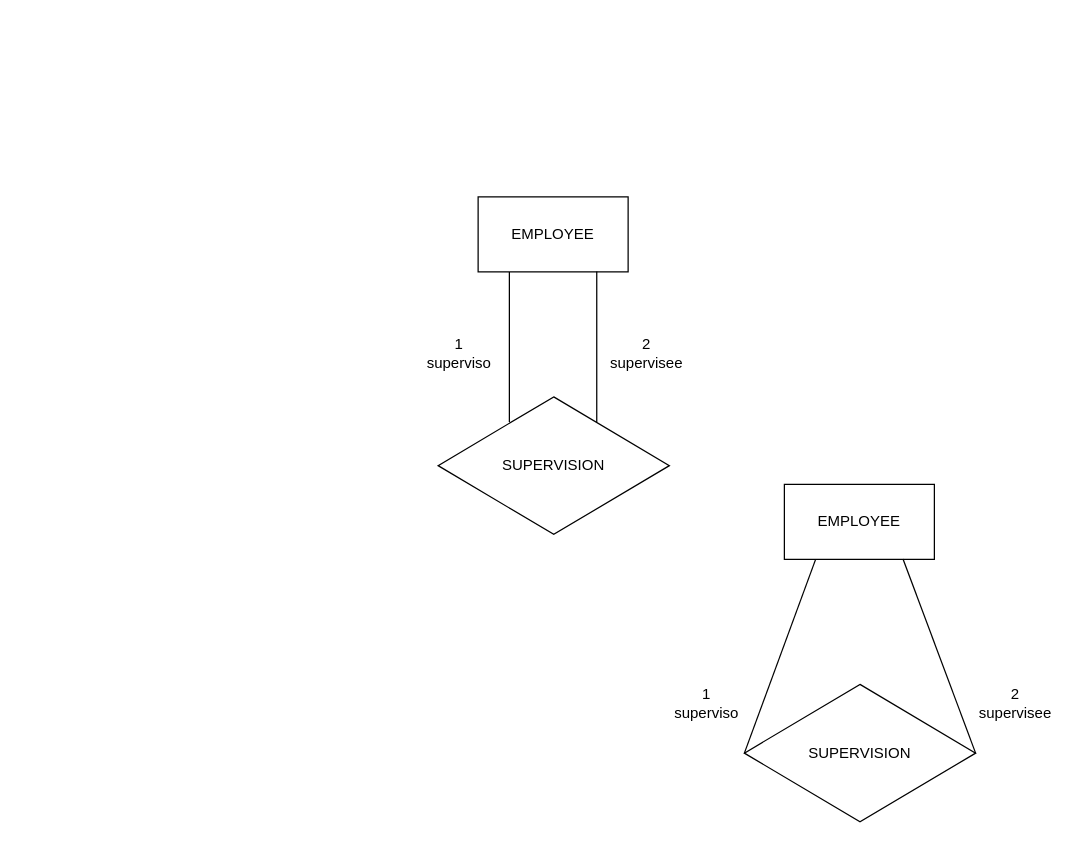
This is draw/제목 없는 다이어그램.drawio from BaxDailyGit/DB, a draw.io file, before an edit. Source tidied: cells renumbered, new cells numbered last; positions are measured from the earlier drawing's top-left corner, leaving out a move shared by most shapes. Both pictures are drawn from the tidied source at 125%, with x=0, y=0 at pixel (421, 196).
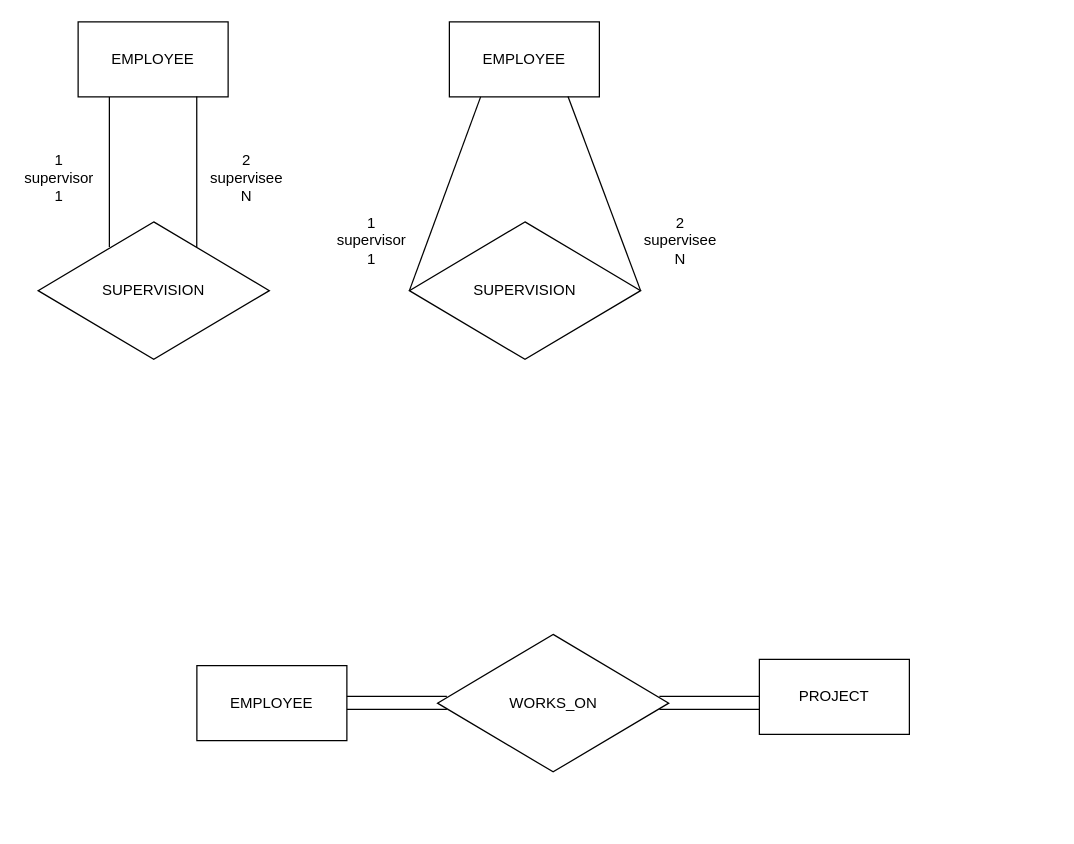
Above is the later version.

Commit message:
제목 없는 다이어그램.drawio 업데이트

Diff of the diagram source:
```diff
@@
+    <mxCell id="14" style="group;" parent="1" vertex="1">
+      <mxGeometry x="-320" y="-140" width="210" height="270" as="geometry" />
+    </mxCell>
-    <mxCell id="2" value="EMPLOYEE" style="rounded=0;whiteSpace=wrap;html=1;" parent="1" vertex="1">
+    <mxCell id="2" value="EMPLOYEE" style="rounded=0;whiteSpace=wrap;html=1;" parent="14" vertex="1">
       <mxGeometry x="45" width="120" height="60" as="geometry" />
     </mxCell>
-    <mxCell id="3" value="SUPERVISION" style="rhombus;whiteSpace=wrap;html=1;" parent="1" vertex="1">
+    <mxCell id="3" value="SUPERVISION" style="rhombus;whiteSpace=wrap;html=1;" parent="14" vertex="1">
       <mxGeometry x="13" y="160" width="185" height="110" as="geometry" />
     </mxCell>
-    <mxCell id="4" style="endArrow=none;html=1;rounded=0;exitX=0.686;exitY=0.182;exitDx=0;exitDy=0;entryX=0.791;entryY=0.994;entryDx=0;entryDy=0;entryPerimeter=0;exitPerimeter=0;" parent="1" edge="1" source="3" target="2">
+    <mxCell id="4" style="endArrow=none;html=1;rounded=0;exitX=0.686;exitY=0.182;exitDx=0;exitDy=0;entryX=0.791;entryY=0.994;entryDx=0;entryDy=0;entryPerimeter=0;exitPerimeter=0;" parent="14" edge="1" source="3" target="2">
       <mxGeometry relative="1" as="geometry" />
     </mxCell>
-    <mxCell id="5" style="endArrow=none;html=1;rounded=0;exitX=1;exitY=0;exitDx=0;exitDy=0;" parent="1" edge="1">
+    <mxCell id="5" style="endArrow=none;html=1;rounded=0;exitX=1;exitY=0;exitDx=0;exitDy=0;" parent="14" edge="1">
       <mxGeometry relative="1" as="geometry">
         <mxPoint x="70" y="180" as="sourcePoint" />
         <mxPoint x="70" y="60" as="targetPoint" />
       </mxGeometry>
     </mxCell>
-    <mxCell id="6" value="2&lt;br&gt;supervisee" style="text;html=1;strokeColor=none;fillColor=none;align=center;verticalAlign=middle;whiteSpace=wrap;rounded=0;" parent="1" vertex="1">
+    <mxCell id="6" value="2&lt;br&gt;supervisee&lt;br&gt;N" style="text;html=1;strokeColor=none;fillColor=none;align=center;verticalAlign=middle;whiteSpace=wrap;rounded=0;" parent="14" vertex="1">
       <mxGeometry x="150" y="110" width="60" height="30" as="geometry" />
     </mxCell>
-    <mxCell id="7" value="1&lt;br&gt;superviso" style="text;html=1;strokeColor=none;fillColor=none;align=center;verticalAlign=middle;whiteSpace=wrap;rounded=0;" parent="1" vertex="1">
+    <mxCell id="7" value="1&lt;br&gt;supervisor&lt;br&gt;1" style="text;html=1;strokeColor=none;fillColor=none;align=center;verticalAlign=middle;whiteSpace=wrap;rounded=0;" parent="14" vertex="1">
       <mxGeometry y="110" width="60" height="30" as="geometry" />
     </mxCell>
+    <mxCell id="15" value="WORKS_ON" style="rhombus;whiteSpace=wrap;html=1;" parent="1" vertex="1">
+      <mxGeometry x="12.5" y="350" width="185" height="110" as="geometry" />
+    </mxCell>
+    <mxCell id="16" style="group;" parent="1" vertex="1">
+      <mxGeometry x="-70" y="-140" width="307" height="270" as="geometry" />
+    </mxCell>
-    <mxCell id="8" value="EMPLOYEE" style="rounded=0;whiteSpace=wrap;html=1;" parent="1" vertex="1">
-      <mxGeometry x="290" y="230" width="120" height="60" as="geometry" />
+    <mxCell id="8" value="EMPLOYEE" style="rounded=0;whiteSpace=wrap;html=1;" parent="16" vertex="1">
+      <mxGeometry x="92" width="120" height="60" as="geometry" />
     </mxCell>
-    <mxCell id="9" value="SUPERVISION" style="rhombus;whiteSpace=wrap;html=1;" parent="1" vertex="1">
-      <mxGeometry x="258" y="390" width="185" height="110" as="geometry" />
+    <mxCell id="9" value="SUPERVISION" style="rhombus;whiteSpace=wrap;html=1;" parent="16" vertex="1">
+      <mxGeometry x="60" y="160" width="185" height="110" as="geometry" />
     </mxCell>
-    <mxCell id="10" style="endArrow=none;html=1;rounded=0;exitX=1;exitY=0.5;exitDx=0;exitDy=0;entryX=0.791;entryY=0.994;entryDx=0;entryDy=0;entryPerimeter=0;" parent="1" edge="1" source="9" target="8">
+    <mxCell id="10" style="endArrow=none;html=1;rounded=0;exitX=1;exitY=0.5;exitDx=0;exitDy=0;entryX=0.791;entryY=0.994;entryDx=0;entryDy=0;entryPerimeter=0;" parent="16" edge="1" source="9" target="8">
       <mxGeometry relative="1" as="geometry" />
     </mxCell>
-    <mxCell id="11" style="endArrow=none;html=1;rounded=0;exitX=0;exitY=0.5;exitDx=0;exitDy=0;" parent="1" edge="1" source="9">
+    <mxCell id="11" style="endArrow=none;html=1;rounded=0;exitX=0;exitY=0.5;exitDx=0;exitDy=0;" parent="16" edge="1" source="9">
       <mxGeometry relative="1" as="geometry">
-        <mxPoint x="315" y="290" as="targetPoint" />
+        <mxPoint x="117" y="60" as="targetPoint" />
       </mxGeometry>
     </mxCell>
-    <mxCell id="12" value="2&lt;br&gt;supervisee" style="text;html=1;strokeColor=none;fillColor=none;align=center;verticalAlign=middle;whiteSpace=wrap;rounded=0;" parent="1" vertex="1">
-      <mxGeometry x="445" y="390" width="60" height="30" as="geometry" />
+    <mxCell id="12" value="2&lt;br&gt;supervisee&lt;br&gt;N" style="text;html=1;strokeColor=none;fillColor=none;align=center;verticalAlign=middle;whiteSpace=wrap;rounded=0;" parent="16" vertex="1">
+      <mxGeometry x="247" y="160" width="60" height="30" as="geometry" />
     </mxCell>
-    <mxCell id="13" value="1&lt;br&gt;superviso" style="text;html=1;strokeColor=none;fillColor=none;align=center;verticalAlign=middle;whiteSpace=wrap;rounded=0;" parent="1" vertex="1">
-      <mxGeometry x="198" y="390" width="60" height="30" as="geometry" />
+    <mxCell id="13" value="1&lt;br&gt;supervisor&lt;br&gt;1" style="text;html=1;strokeColor=none;fillColor=none;align=center;verticalAlign=middle;whiteSpace=wrap;rounded=0;" parent="16" vertex="1">
+      <mxGeometry y="160" width="60" height="30" as="geometry" />
     </mxCell>
+    <mxCell id="17" value="EMPLOYEE" style="rounded=0;whiteSpace=wrap;html=1;" parent="1" vertex="1">
+      <mxGeometry x="-180" y="375" width="120" height="60" as="geometry" />
+    </mxCell>
+    <mxCell id="18" value="PROJECT" style="rounded=0;whiteSpace=wrap;html=1;" parent="1" vertex="1">
+      <mxGeometry x="270" y="370" width="120" height="60" as="geometry" />
+    </mxCell>
+    <mxCell id="19" style="endArrow=none;html=1;rounded=0;" parent="1" edge="1">
+      <mxGeometry relative="1" as="geometry">
+        <mxPoint x="190" y="399.5" as="sourcePoint" />
+        <mxPoint x="270" y="399.5" as="targetPoint" />
+      </mxGeometry>
+    </mxCell>
+    <mxCell id="20" style="endArrow=none;html=1;rounded=0;" parent="1" edge="1">
+      <mxGeometry relative="1" as="geometry">
+        <mxPoint x="190" y="410" as="sourcePoint" />
+        <mxPoint x="270" y="410" as="targetPoint" />
+      </mxGeometry>
+    </mxCell>
+    <mxCell id="21" style="endArrow=none;html=1;rounded=0;" parent="1" edge="1">
+      <mxGeometry relative="1" as="geometry">
+        <mxPoint x="-60" y="410" as="sourcePoint" />
+        <mxPoint x="20" y="410" as="targetPoint" />
+      </mxGeometry>
+    </mxCell>
+    <mxCell id="22" style="endArrow=none;html=1;rounded=0;" parent="1" edge="1">
+      <mxGeometry relative="1" as="geometry">
+        <mxPoint x="-60" y="399.5" as="sourcePoint" />
+        <mxPoint x="20" y="399.5" as="targetPoint" />
+      </mxGeometry>
+    </mxCell>
```
